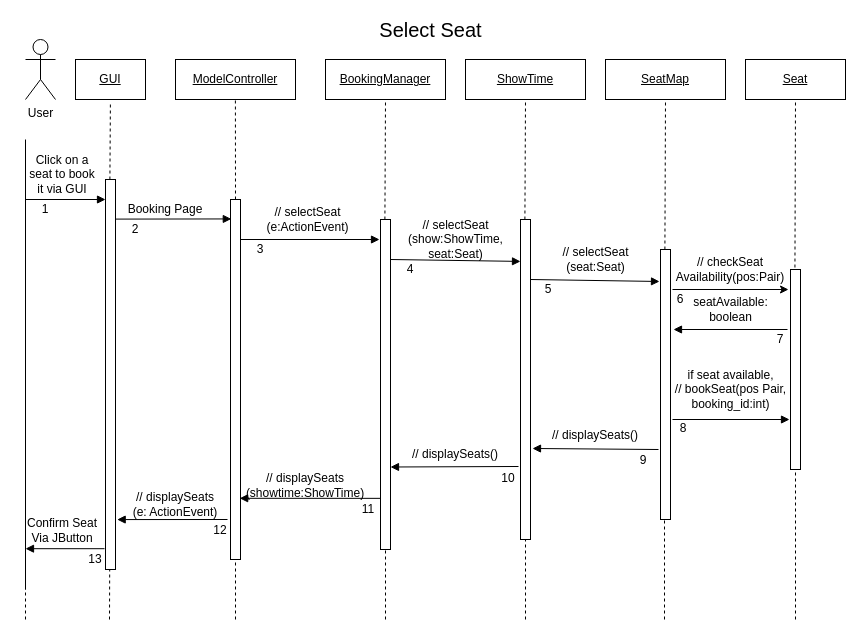
This is SelectSeatInteractionDiagram.drawio from tongxu95/ENSF619_Project, a draw.io file, before an edit. Source tidied: cells renumbered, new cells numbered last; positions are measured from the earlier drawing's top-left corner, leaving out a move shared by most shapes. Both pictures are drawn from the tidied source at 100%, with x=0, y=0 at pixel (25, 19).
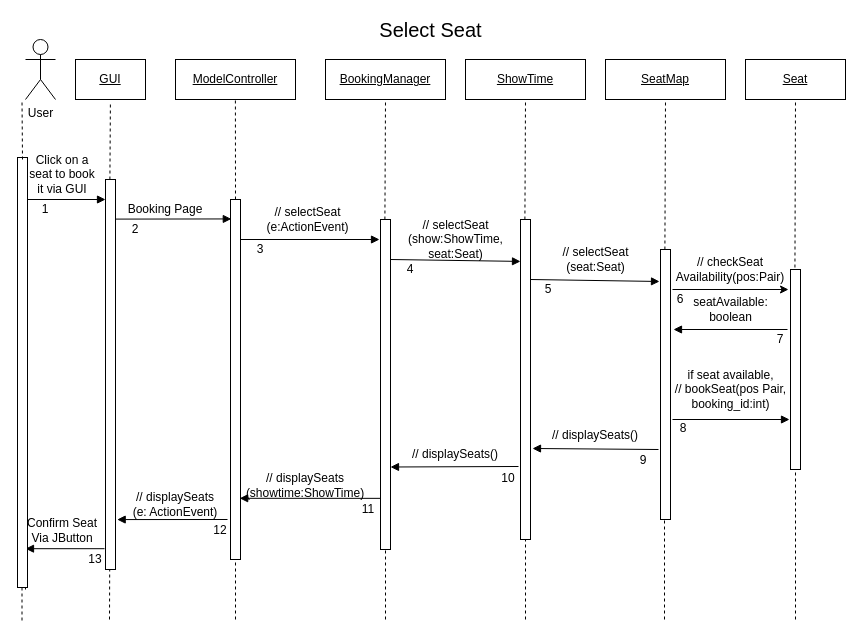
The same page after the edit.

Commit message:
user rect

What changed in the source:
```diff
@@
-    <mxCell id="6" style="endArrow=none;html=1;" parent="1" edge="1">
-      <mxGeometry relative="1" as="geometry">
-        <mxPoint y="570" as="sourcePoint" />
-        <mxPoint y="120" as="targetPoint" />
-      </mxGeometry>
-    </mxCell>
@@
     <mxCell id="10" style="endArrow=none;dashed=1;html=1;entryX=0.44;entryY=1.075;entryDx=0;entryDy=0;entryPerimeter=0;" parent="1" edge="1">
       <mxGeometry relative="1" as="geometry">
-        <mxPoint y="600" as="sourcePoint" />
-        <mxPoint y="480" as="targetPoint" />
+        <mxPoint x="-3.5" y="601" as="sourcePoint" />
+        <mxPoint x="-3.5" y="481" as="targetPoint" />
       </mxGeometry>
     </mxCell>
@@
+    <mxCell id="69" style="rounded=0;whiteSpace=wrap;html=1;" parent="1" vertex="1">
+      <mxGeometry x="-8" y="138" width="10" height="430" as="geometry" />
+    </mxCell>
+    <mxCell id="70" style="endArrow=none;html=1;" parent="1" edge="1" target="69">
+      <mxGeometry relative="1" as="geometry">
+        <mxPoint y="570" as="sourcePoint" />
+      </mxGeometry>
+    </mxCell>
+    <mxCell id="71" style="endArrow=none;dashed=1;html=1;entryX=0.44;entryY=1.075;entryDx=0;entryDy=0;entryPerimeter=0;" parent="1" edge="1">
+      <mxGeometry relative="1" as="geometry">
+        <mxPoint x="-3" y="140" as="sourcePoint" />
+        <mxPoint x="-3.5" y="80" as="targetPoint" />
+      </mxGeometry>
+    </mxCell>
```
